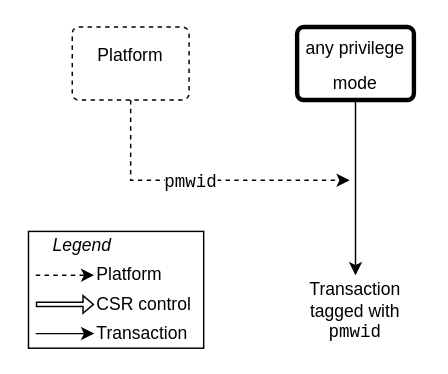
Before: src/images/drawio/world_none.drawio in riscv/riscv-worlds, a draw.io diagram. Source tidied: cells renumbered, new cells numbered last; positions are measured from the earlier drawing's top-left corner, leaving out a move shared by most shapes. Both pictures are drawn from the tidied source at 146%, with x=0, y=0 at pixel (28, 26).
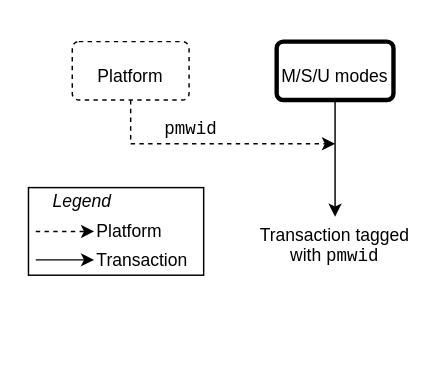
The same diagram, later.

What changed in the source:
```diff
@@
     <mxCell id="2" style="group;" parent="1" vertex="1">
-      <mxGeometry y="140" width="125" height="80" as="geometry" />
+      <mxGeometry y="110" width="125" height="80" as="geometry" />
     </mxCell>
     <mxCell id="3" style="rounded=0;whiteSpace=wrap;html=1;" parent="2" vertex="1">
-      <mxGeometry width="120" height="80" as="geometry" />
+      <mxGeometry width="120" height="60" as="geometry" />
     </mxCell>
@@
-    <mxCell id="6" value="CSR control" style="text;html=1;whiteSpace=wrap;strokeColor=none;fillColor=none;align=left;verticalAlign=middle;rounded=0;" parent="2" vertex="1">
-      <mxGeometry x="45" y="40" width="80" height="20" as="geometry" />
-    </mxCell>
-    <mxCell id="7" style="endArrow=classic;html=1;rounded=0;" parent="2" edge="1" target="8">
-      <mxGeometry relative="1" as="geometry">
-        <mxPoint x="5" y="70" as="sourcePoint" />
-      </mxGeometry>
-    </mxCell>
     <mxCell id="8" value="Transaction" style="text;html=1;whiteSpace=wrap;strokeColor=none;fillColor=none;align=left;verticalAlign=middle;rounded=0;" parent="2" vertex="1">
-      <mxGeometry x="45" y="60" width="80" height="20" as="geometry" />
+      <mxGeometry x="45" y="40" width="80" height="20" as="geometry" />
     </mxCell>
@@
-    <mxCell id="10" style="shape=flexArrow;endArrow=classic;html=1;rounded=0;endWidth=8.095238095238095;endSize=2.0476190476190474;width=3;entryX=0;entryY=0.5;entryDx=0;entryDy=0;" parent="2" edge="1" target="6">
-      <mxGeometry relative="1" as="geometry">
-        <mxPoint x="5" y="50" as="sourcePoint" />
-      </mxGeometry>
-    </mxCell>
+    <mxCell id="17" style="endArrow=classic;html=1;rounded=0;" parent="2" edge="1">
+      <mxGeometry relative="1" as="geometry">
+        <mxPoint x="5" y="49.5" as="sourcePoint" />
+        <mxPoint x="45" y="49.5" as="targetPoint" />
+      </mxGeometry>
+    </mxCell>
-    <mxCell id="11" value="&lt;font style=&quot;font-size: 12px;&quot;&gt;Platform&lt;/font&gt;" style="html=1;overflow=block;blockSpacing=1;whiteSpace=wrap;fontSize=20;fontColor=default;spacing=5;strokeOpacity=100;fillOpacity=100;rounded=1;absoluteArcSize=1;arcSize=9;fillColor=#ffffff;fixDash=1;strokeWidth=1;lucidId=RJBal6eY-SyX;verticalAlign=top;dashed=1;" parent="1" vertex="1">
-      <mxGeometry x="30" width="80" height="50" as="geometry" />
+    <mxCell id="11" value="&lt;font style=&quot;font-size: 12px;&quot;&gt;Platform&lt;/font&gt;" style="html=1;overflow=block;blockSpacing=1;whiteSpace=wrap;fontSize=20;fontColor=default;spacing=5;strokeOpacity=100;fillOpacity=100;rounded=1;absoluteArcSize=1;arcSize=9;fillColor=#ffffff;fixDash=1;strokeWidth=1;lucidId=RJBal6eY-SyX;verticalAlign=middle;dashed=1;" parent="1" vertex="1">
+      <mxGeometry x="30" y="10" width="80" height="40" as="geometry" />
     </mxCell>
-    <mxCell id="12" value="&lt;font style=&quot;font-size: 12px;&quot;&gt;any privilege&lt;br&gt;mode&lt;/font&gt;" style="html=1;overflow=block;blockSpacing=1;whiteSpace=wrap;fontSize=20;spacing=0;strokeOpacity=100;fillOpacity=100;rounded=1;absoluteArcSize=1;arcSize=9;fillColor=#ffffff;strokeWidth=3;lucidId=RJBa-lLBp8Ld;verticalAlign=top;" parent="1" vertex="1">
-      <mxGeometry x="184" width="80" height="50" as="geometry" />
+    <mxCell id="12" value="&lt;span style=&quot;font-size: 12px;&quot;&gt;M/S/U modes&lt;/span&gt;" style="html=1;overflow=block;blockSpacing=1;whiteSpace=wrap;fontSize=20;spacing=0;strokeOpacity=100;fillOpacity=100;rounded=1;absoluteArcSize=1;arcSize=9;fillColor=#ffffff;strokeWidth=3;lucidId=RJBa-lLBp8Ld;verticalAlign=middle;" parent="1" vertex="1">
+      <mxGeometry x="170" y="10" width="80" height="40" as="geometry" />
     </mxCell>
     <mxCell id="13" style="endArrow=classic;html=1;rounded=0;exitX=0.5;exitY=1;exitDx=0;exitDy=0;strokeWidth=1;dashed=1;" parent="1" edge="1" source="11">
       <mxGeometry relative="1" as="geometry">
-        <mxPoint x="220" y="105" as="targetPoint" />
+        <mxPoint x="210" y="80" as="targetPoint" />
         <Array as="points">
-          <mxPoint x="70" y="105" />
+          <mxPoint x="70" y="80" />
         </Array>
       </mxGeometry>
     </mxCell>
     <mxCell id="14" value="&lt;font style=&quot;font-size: 12px;&quot; face=&quot;Courier New&quot;&gt;pmwid&lt;/font&gt;" style="edgeLabel;html=1;align=center;verticalAlign=middle;" parent="13" vertex="1">
       <mxGeometry x="-0.54" y="2" relative="1" as="geometry">
-        <mxPoint x="38" y="9" as="offset" />
+        <mxPoint x="31" y="-8" as="offset" />
       </mxGeometry>
     </mxCell>
-    <mxCell id="15" value="&lt;font style=&quot;font-size: 12px;&quot;&gt;Transaction&lt;br&gt;tagged with&lt;br&gt;&lt;font face=&quot;Courier New&quot; style=&quot;&quot;&gt;pmwid&lt;/font&gt;&lt;/font&gt;" style="text;html=1;whiteSpace=wrap;strokeColor=none;fillColor=default;align=center;verticalAlign=middle;rounded=0;" parent="1" vertex="1">
-      <mxGeometry x="184" y="170" width="80" height="50" as="geometry" />
+    <mxCell id="15" value="&lt;font style=&quot;font-size: 12px;&quot;&gt;Transaction tagged with&amp;nbsp;&lt;font face=&quot;Courier New&quot; style=&quot;&quot;&gt;pmwid&lt;/font&gt;&lt;/font&gt;" style="text;html=1;whiteSpace=wrap;strokeColor=none;fillColor=default;align=center;verticalAlign=middle;rounded=0;" parent="1" vertex="1">
+      <mxGeometry x="150" y="130" width="120" height="40" as="geometry" />
     </mxCell>
```
